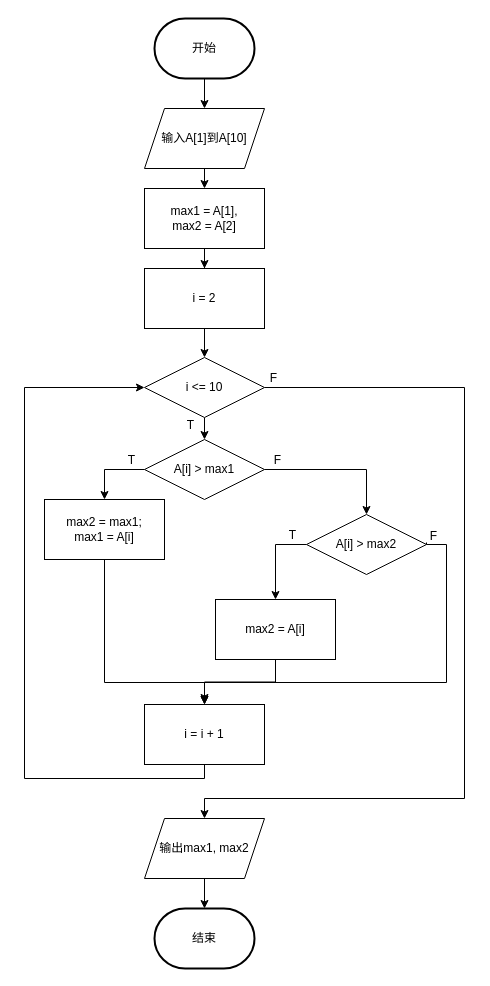
yxy235/SE keeps this draw.io diagram as Test3.drawio. Above is the earlier version. Source tidied: cells renumbered, new cells numbered last; positions are measured from the earlier drawing's top-left corner, leaving out a move shared by most shapes. Both pictures are drawn from the tidied source at 100%, with x=0, y=0 at pixel (24, 18).
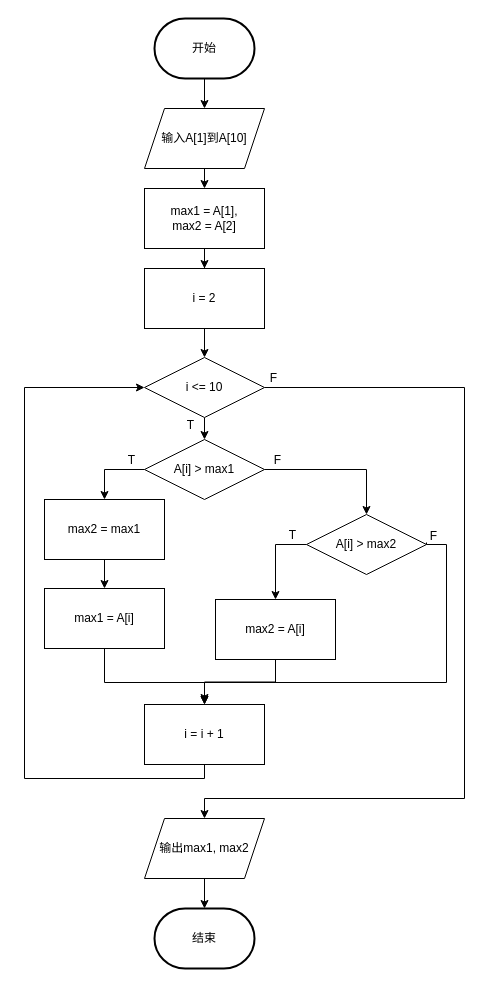
After the change.

Unchanged cells that the change refers to:
```xml
<mxCell id="27" value="i = i + 1" style="rounded=0;whiteSpace=wrap;html=1;" parent="1" vertex="1">
  <mxGeometry x="120" y="686" width="120" height="60" as="geometry" />
</mxCell>
```

Change to the diagram source:
```diff
@@
-    <mxCell id="16" style="edgeStyle=orthogonalEdgeStyle;rounded=0;jettySize=auto;html=1;exitX=0.5;exitY=1;exitDx=0;exitDy=0;entryX=0.5;entryY=0;entryDx=0;entryDy=0;" parent="1" edge="1" source="17" target="27">
+    <mxCell id="16" style="edgeStyle=orthogonalEdgeStyle;rounded=0;jettySize=auto;html=1;exitX=0.5;exitY=1;exitDx=0;exitDy=0;entryX=0.5;entryY=0;entryDx=0;entryDy=0;" parent="1" edge="1" source="36" target="27">
       <mxGeometry relative="1" as="geometry">
         <Array as="points">
           <mxPoint x="80" y="664" />
           <mxPoint x="180" y="664" />
         </Array>
       </mxGeometry>
     </mxCell>
+    <mxCell id="35" style="edgeStyle=orthogonalEdgeStyle;rounded=0;jettySize=auto;html=1;exitX=0.5;exitY=1;exitDx=0;exitDy=0;" parent="1" edge="1" source="17" target="36">
+      <mxGeometry relative="1" as="geometry" />
+    </mxCell>
-    <mxCell id="17" value="&lt;div&gt;max2 = max1;&lt;/div&gt;&lt;div&gt;max1 = A[i]&lt;br&gt;&lt;/div&gt;" style="rounded=0;whiteSpace=wrap;html=1;" parent="1" vertex="1">
+    <mxCell id="17" value="&lt;div&gt;max2 = max1&lt;/div&gt;" style="rounded=0;whiteSpace=wrap;html=1;" parent="1" vertex="1">
       <mxGeometry x="20" y="481" width="120" height="60" as="geometry" />
     </mxCell>
@@
+    <mxCell id="36" value="&lt;div&gt;max1 = A[i]&lt;br&gt;&lt;/div&gt;" style="rounded=0;whiteSpace=wrap;html=1;" parent="1" vertex="1">
+      <mxGeometry x="20" y="570" width="120" height="60" as="geometry" />
+    </mxCell>
```
